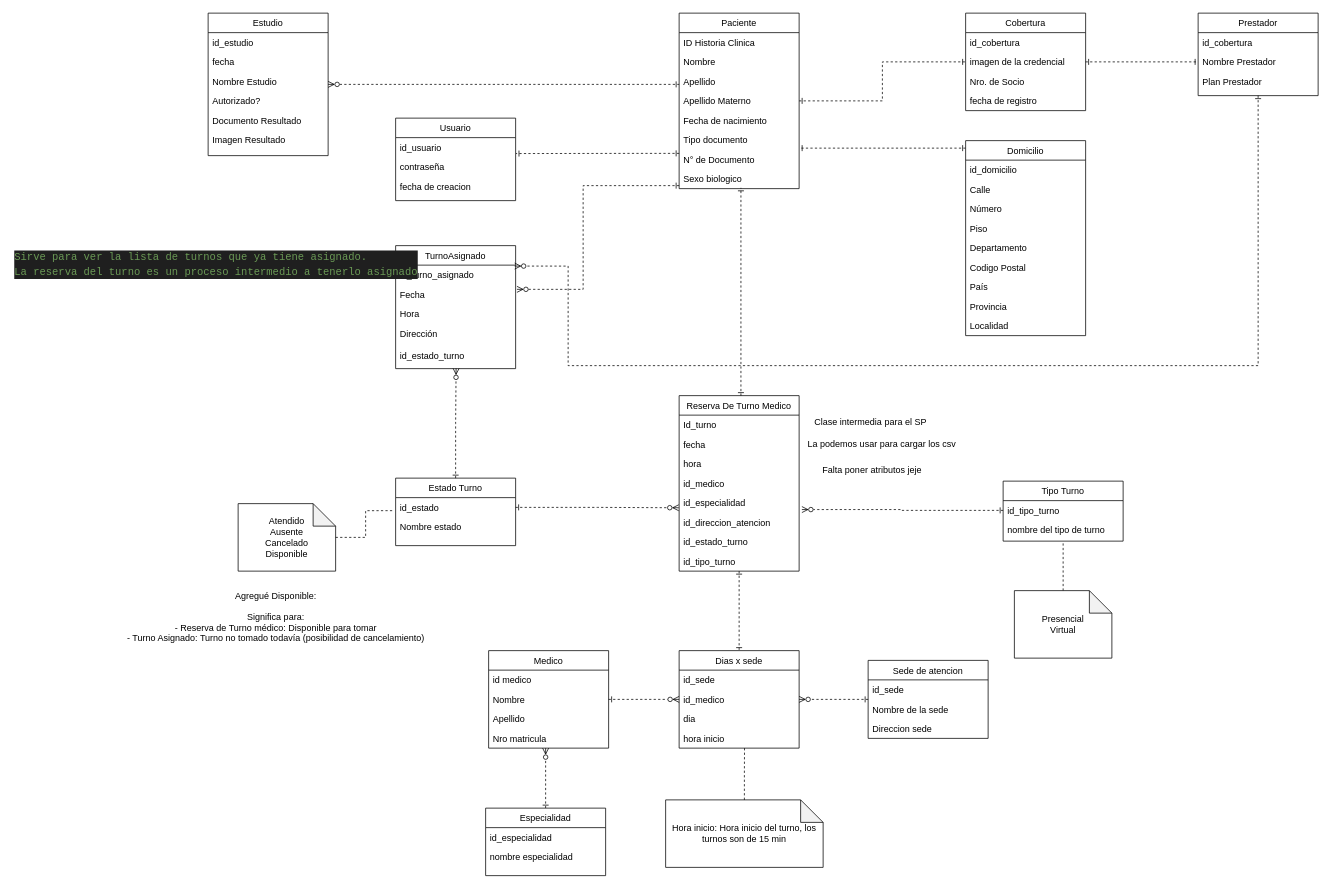
Before: hospitalCureSAGrupo09.drawio in TomasFelice/ddbba-tp-integrador, a draw.io diagram. Source tidied: cells renumbered, new cells numbered last; positions are measured from the earlier drawing's top-left corner, leaving out a move shared by most shapes. Both pictures are drawn from the tidied source at 75%, with x=0, y=0 at pixel (13, 13).
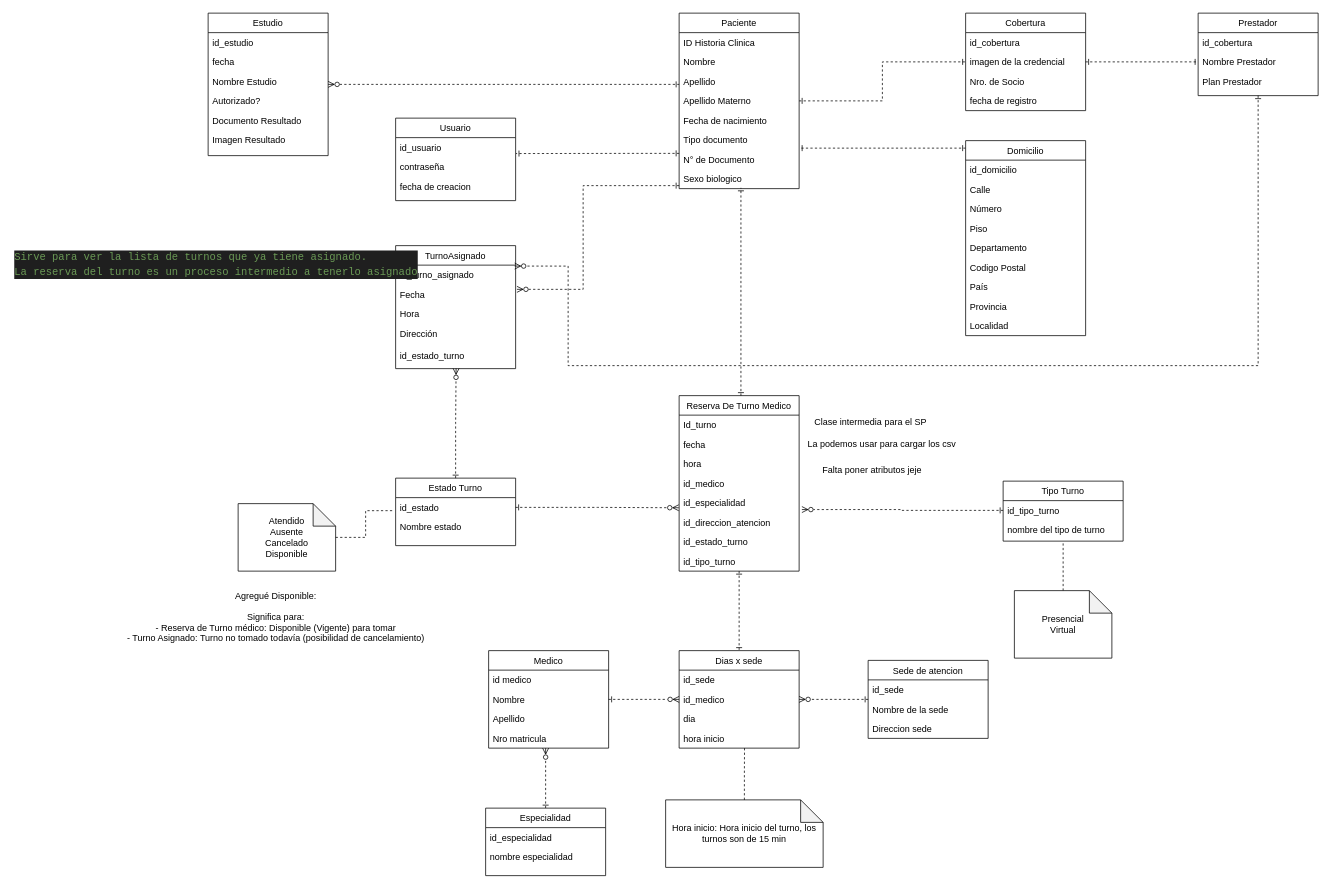
The same page after the edit.

What changed in the source:
```diff
@@
-    <mxCell id="70" value="Agregué Disponible:&lt;div&gt;&lt;br&gt;&lt;/div&gt;&lt;div&gt;Significa para:&lt;/div&gt;&lt;div&gt;- Reserva de Turno médico: Disponible para tomar&lt;/div&gt;&lt;div&gt;- Turno Asignado: Turno no tomado todavía (posibilidad de cancelamiento)&lt;/div&gt;" style="text;html=1;align=center;verticalAlign=middle;strokeColor=none;fillColor=none;" parent="1" vertex="1">
+    <mxCell id="70" value="Agregué Disponible:&lt;div&gt;&lt;br&gt;&lt;/div&gt;&lt;div&gt;Significa para:&lt;/div&gt;&lt;div&gt;- Reserva de Turno médico: Disponible (Vigente) para tomar&lt;/div&gt;&lt;div&gt;- Turno Asignado: Turno no tomado todavía (posibilidad de cancelamiento)&lt;/div&gt;" style="text;html=1;align=center;verticalAlign=middle;strokeColor=none;fillColor=none;" parent="1" vertex="1">
       <mxGeometry x="140" y="760" width="420" height="90" as="geometry" />
     </mxCell>
```
